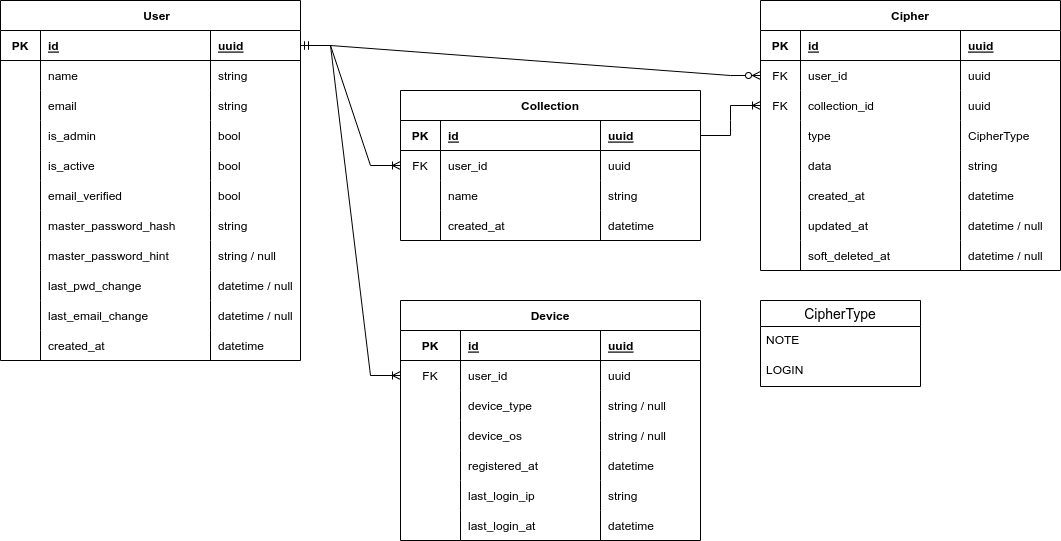
Earlier version of the draw.io export rdm.drawio.png (Vaultexe/diagrams). Source tidied: cells renumbered, new cells last; positions are measured from the earlier drawing's top-left corner, leaving out a move shared by most shapes.
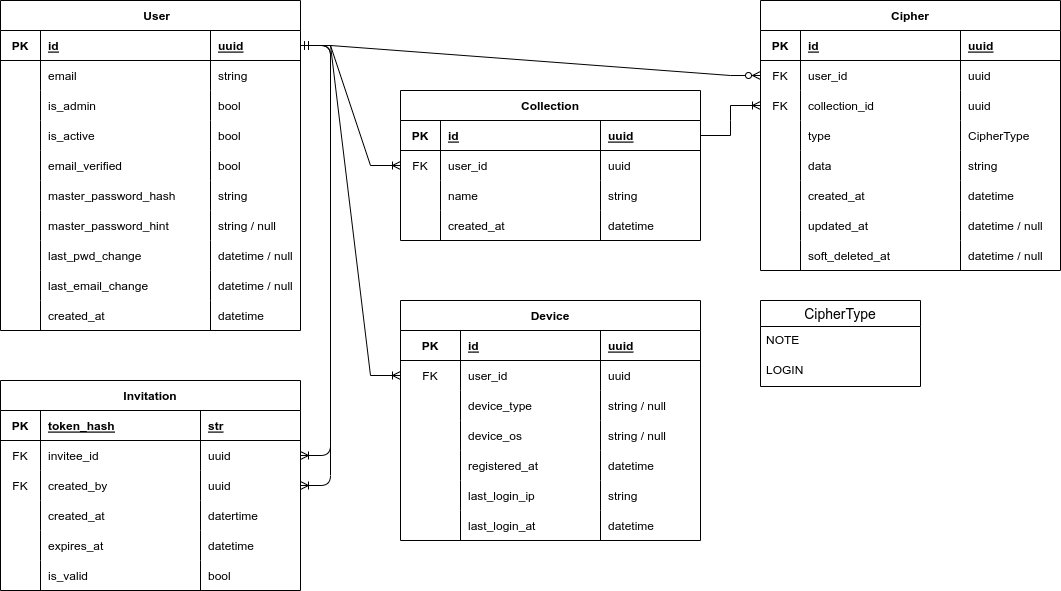
The same file after the commit.

Commit message:
Add invitation table to rdm

Diff of the diagram source:
```diff
@@ -3,7 +3,7 @@
     <mxCell id="0" />
     <mxCell id="1" parent="0" />
     <mxCell id="2" value="    User" style="shape=table;startSize=30;rowLines=0;fontStyle=1;align=center;verticalAlign=middle;horizontal=1;noLabel=0;backgroundOutline=0;rounded=0;" parent="1" vertex="1">
-      <mxGeometry width="300" height="360" as="geometry" />
+      <mxGeometry width="300" height="330" as="geometry" />
     </mxCell>
     <mxCell id="3" style="shape=tableRow;horizontal=1;startSize=0;swimlaneHead=0;swimlaneBody=0;fillColor=none;points=[[0,0.5],[1,0.5]];portConstraint=eastwest;top=0;left=0;right=0;bottom=1;noLabel=0;backgroundOutline=0;rounded=0;" parent="2" vertex="1">
       <mxGeometry y="30" width="300" height="30" as="geometry" />
@@ -17,20 +17,8 @@
     <mxCell id="6" value="uuid" style="shape=partialRectangle;fillColor=none;top=0;left=0;bottom=0;right=0;align=left;spacingLeft=6;fontStyle=5;overflow=hidden;horizontal=1;noLabel=0;backgroundOutline=0;rounded=0;" parent="3" vertex="1">
       <mxGeometry x="210" width="90" height="30" as="geometry" />
     </mxCell>
-    <mxCell id="7" style="shape=tableRow;horizontal=1;startSize=0;swimlaneHead=0;swimlaneBody=0;fillColor=none;top=0;left=0;right=0;bottom=0;noLabel=0;backgroundOutline=0;rounded=0;" parent="2" vertex="1">
-      <mxGeometry y="60" width="300" height="30" as="geometry" />
-    </mxCell>
-    <mxCell id="8" style="shape=partialRectangle;fillColor=none;top=0;left=0;bottom=0;right=0;overflow=hidden;horizontal=1;noLabel=0;backgroundOutline=0;rounded=0;" parent="7" vertex="1">
-      <mxGeometry width="40" height="30" as="geometry" />
-    </mxCell>
-    <mxCell id="9" value="name" style="shape=partialRectangle;fillColor=none;top=0;left=0;bottom=0;right=0;align=left;spacingLeft=6;overflow=hidden;horizontal=1;noLabel=0;backgroundOutline=0;rounded=0;" parent="7" vertex="1">
-      <mxGeometry x="40" width="170" height="30" as="geometry" />
-    </mxCell>
-    <mxCell id="10" value="string" style="shape=partialRectangle;fillColor=none;top=0;left=0;bottom=0;right=0;align=left;spacingLeft=6;overflow=hidden;horizontal=1;noLabel=0;backgroundOutline=0;rounded=0;" parent="7" vertex="1">
-      <mxGeometry x="210" width="90" height="30" as="geometry" />
-    </mxCell>
     <mxCell id="11" style="shape=tableRow;horizontal=1;startSize=0;swimlaneHead=0;swimlaneBody=0;fillColor=none;top=0;left=0;right=0;bottom=0;noLabel=0;backgroundOutline=0;rounded=0;" parent="2" vertex="1">
-      <mxGeometry y="90" width="300" height="30" as="geometry" />
+      <mxGeometry y="60" width="300" height="30" as="geometry" />
     </mxCell>
     <mxCell id="12" style="shape=partialRectangle;fillColor=none;top=0;left=0;bottom=0;right=0;overflow=hidden;horizontal=1;noLabel=0;backgroundOutline=0;rounded=0;" parent="11" vertex="1">
       <mxGeometry width="40" height="30" as="geometry" />
@@ -42,7 +30,7 @@
       <mxGeometry x="210" width="90" height="30" as="geometry" />
     </mxCell>
     <mxCell id="15" style="shape=tableRow;horizontal=1;startSize=0;swimlaneHead=0;swimlaneBody=0;fillColor=none;top=0;left=0;right=0;bottom=0;noLabel=0;backgroundOutline=0;rounded=0;" parent="2" vertex="1">
-      <mxGeometry y="120" width="300" height="30" as="geometry" />
+      <mxGeometry y="90" width="300" height="30" as="geometry" />
     </mxCell>
     <mxCell id="16" style="shape=partialRectangle;fillColor=none;top=0;left=0;bottom=0;right=0;overflow=hidden;horizontal=1;noLabel=0;backgroundOutline=0;rounded=0;" parent="15" vertex="1">
       <mxGeometry width="40" height="30" as="geometry" />
@@ -54,7 +42,7 @@
       <mxGeometry x="210" width="90" height="30" as="geometry" />
     </mxCell>
     <mxCell id="19" style="shape=tableRow;horizontal=1;startSize=0;swimlaneHead=0;swimlaneBody=0;fillColor=none;top=0;left=0;right=0;bottom=0;noLabel=0;backgroundOutline=0;rounded=0;" parent="2" vertex="1">
-      <mxGeometry y="150" width="300" height="30" as="geometry" />
+      <mxGeometry y="120" width="300" height="30" as="geometry" />
     </mxCell>
     <mxCell id="20" style="shape=partialRectangle;fillColor=none;top=0;left=0;bottom=0;right=0;overflow=hidden;horizontal=1;noLabel=0;backgroundOutline=0;rounded=0;" parent="19" vertex="1">
       <mxGeometry width="40" height="30" as="geometry" />
@@ -66,7 +54,7 @@
       <mxGeometry x="210" width="90" height="30" as="geometry" />
     </mxCell>
     <mxCell id="23" style="shape=tableRow;horizontal=1;startSize=0;swimlaneHead=0;swimlaneBody=0;fillColor=none;top=0;left=0;right=0;bottom=0;noLabel=0;backgroundOutline=0;rounded=0;" parent="2" vertex="1">
-      <mxGeometry y="180" width="300" height="30" as="geometry" />
+      <mxGeometry y="150" width="300" height="30" as="geometry" />
     </mxCell>
     <mxCell id="24" style="shape=partialRectangle;fillColor=none;top=0;left=0;bottom=0;right=0;overflow=hidden;horizontal=1;noLabel=0;backgroundOutline=0;rounded=0;" parent="23" vertex="1">
       <mxGeometry width="40" height="30" as="geometry" />
@@ -78,7 +66,7 @@
       <mxGeometry x="210" width="90" height="30" as="geometry" />
     </mxCell>
     <mxCell id="27" style="shape=tableRow;horizontal=1;startSize=0;swimlaneHead=0;swimlaneBody=0;fillColor=none;top=0;left=0;right=0;bottom=0;noLabel=0;backgroundOutline=0;rounded=0;" parent="2" vertex="1">
-      <mxGeometry y="210" width="300" height="30" as="geometry" />
+      <mxGeometry y="180" width="300" height="30" as="geometry" />
     </mxCell>
     <mxCell id="28" style="shape=partialRectangle;fillColor=none;top=0;left=0;bottom=0;right=0;overflow=hidden;horizontal=1;noLabel=0;backgroundOutline=0;rounded=0;" parent="27" vertex="1">
       <mxGeometry width="40" height="30" as="geometry" />
@@ -90,7 +78,7 @@
       <mxGeometry x="210" width="90" height="30" as="geometry" />
     </mxCell>
     <mxCell id="31" style="shape=tableRow;horizontal=1;startSize=0;swimlaneHead=0;swimlaneBody=0;fillColor=none;top=0;left=0;right=0;bottom=0;noLabel=0;backgroundOutline=0;rounded=0;" parent="2" vertex="1">
-      <mxGeometry y="240" width="300" height="30" as="geometry" />
+      <mxGeometry y="210" width="300" height="30" as="geometry" />
     </mxCell>
     <mxCell id="32" style="shape=partialRectangle;fillColor=none;top=0;left=0;bottom=0;right=0;overflow=hidden;horizontal=1;noLabel=0;backgroundOutline=0;rounded=0;" parent="31" vertex="1">
       <mxGeometry width="40" height="30" as="geometry" />
@@ -102,7 +90,7 @@
       <mxGeometry x="210" width="90" height="30" as="geometry" />
     </mxCell>
     <mxCell id="35" style="shape=tableRow;horizontal=1;startSize=0;swimlaneHead=0;swimlaneBody=0;fillColor=none;top=0;left=0;right=0;bottom=0;noLabel=0;backgroundOutline=0;rounded=0;" parent="2" vertex="1">
-      <mxGeometry y="270" width="300" height="30" as="geometry" />
+      <mxGeometry y="240" width="300" height="30" as="geometry" />
     </mxCell>
     <mxCell id="36" style="shape=partialRectangle;fillColor=none;top=0;left=0;bottom=0;right=0;overflow=hidden;horizontal=1;noLabel=0;backgroundOutline=0;rounded=0;" parent="35" vertex="1">
       <mxGeometry width="40" height="30" as="geometry" />
@@ -114,7 +102,7 @@
       <mxGeometry x="210" width="90" height="30" as="geometry" />
     </mxCell>
     <mxCell id="39" style="shape=tableRow;horizontal=1;startSize=0;swimlaneHead=0;swimlaneBody=0;fillColor=none;top=0;left=0;right=0;bottom=0;noLabel=0;backgroundOutline=0;rounded=0;" parent="2" vertex="1">
-      <mxGeometry y="300" width="300" height="30" as="geometry" />
+      <mxGeometry y="270" width="300" height="30" as="geometry" />
     </mxCell>
     <mxCell id="40" style="shape=partialRectangle;fillColor=none;top=0;left=0;bottom=0;right=0;overflow=hidden;horizontal=1;noLabel=0;backgroundOutline=0;rounded=0;" parent="39" vertex="1">
       <mxGeometry width="40" height="30" as="geometry" />
@@ -126,7 +114,7 @@
       <mxGeometry x="210" width="90" height="30" as="geometry" />
     </mxCell>
     <mxCell id="43" style="shape=tableRow;horizontal=1;startSize=0;swimlaneHead=0;swimlaneBody=0;fillColor=none;top=0;left=0;right=0;bottom=0;noLabel=0;backgroundOutline=0;rounded=0;" parent="2" vertex="1">
-      <mxGeometry y="330" width="300" height="30" as="geometry" />
+      <mxGeometry y="300" width="300" height="30" as="geometry" />
     </mxCell>
     <mxCell id="44" style="shape=partialRectangle;fillColor=none;top=0;left=0;bottom=0;right=0;overflow=hidden;horizontal=1;noLabel=0;backgroundOutline=0;rounded=0;" parent="43" vertex="1">
       <mxGeometry width="40" height="30" as="geometry" />
@@ -395,5 +383,86 @@
     <mxCell id="132" value="LOGIN" style="text;strokeColor=none;fillColor=none;spacingLeft=4;spacingRight=4;overflow=hidden;fontSize=12;" parent="130" vertex="1">
       <mxGeometry y="56" width="160" height="30" as="geometry" />
     </mxCell>
+    <mxCell id="133" value="Invitation" style="shape=table;startSize=30;rowLines=0;fontStyle=1;align=center;rounded=0;" parent="1" vertex="1">
+      <mxGeometry y="380" width="300" height="210" as="geometry" />
+    </mxCell>
+    <mxCell id="134" style="shape=tableRow;horizontal=0;startSize=0;swimlaneHead=0;swimlaneBody=0;fillColor=none;top=0;left=0;right=0;bottom=1;rounded=0;" parent="133" vertex="1">
+      <mxGeometry y="30" width="300" height="30" as="geometry" />
+    </mxCell>
+    <mxCell id="135" value="PK" style="shape=partialRectangle;fillColor=none;top=0;left=0;bottom=0;right=0;fontStyle=1;overflow=hidden;rounded=0;" parent="134" vertex="1">
+      <mxGeometry width="40" height="30" as="geometry" />
+    </mxCell>
+    <mxCell id="136" value="token_hash" style="shape=partialRectangle;fillColor=none;top=0;left=0;bottom=0;right=0;align=left;spacingLeft=6;fontStyle=5;overflow=hidden;rounded=0;" parent="134" vertex="1">
+      <mxGeometry x="40" width="160" height="30" as="geometry" />
+    </mxCell>
+    <mxCell id="137" value="str" style="shape=partialRectangle;fillColor=none;top=0;left=0;bottom=0;right=0;align=left;spacingLeft=6;fontStyle=5;overflow=hidden;rounded=0;" parent="134" vertex="1">
+      <mxGeometry x="200" width="100" height="30" as="geometry" />
+    </mxCell>
+    <mxCell id="138" style="shape=tableRow;horizontal=0;startSize=0;swimlaneHead=0;swimlaneBody=0;fillColor=none;points=[[0,0.5],[1,0.5]];portConstraint=eastwest;top=0;left=0;right=0;bottom=0;rounded=0;" parent="133" vertex="1">
+      <mxGeometry y="60" width="300" height="30" as="geometry" />
+    </mxCell>
+    <mxCell id="139" value="FK" style="shape=partialRectangle;fillColor=none;top=0;left=0;bottom=0;right=0;fontStyle=0;overflow=hidden;rounded=0;" parent="138" vertex="1">
+      <mxGeometry width="40" height="30" as="geometry" />
+    </mxCell>
+    <mxCell id="140" value="invitee_id" style="shape=partialRectangle;fillColor=none;top=0;left=0;bottom=0;right=0;align=left;spacingLeft=6;fontStyle=0;overflow=hidden;rounded=0;" parent="138" vertex="1">
+      <mxGeometry x="40" width="160" height="30" as="geometry" />
+    </mxCell>
+    <mxCell id="141" value="uuid" style="shape=partialRectangle;fillColor=none;top=0;left=0;bottom=0;right=0;align=left;spacingLeft=6;fontStyle=0;overflow=hidden;rounded=0;" parent="138" vertex="1">
+      <mxGeometry x="200" width="100" height="30" as="geometry" />
+    </mxCell>
+    <mxCell id="142" style="shape=tableRow;horizontal=0;startSize=0;swimlaneHead=0;swimlaneBody=0;fillColor=none;points=[[0,0.5],[1,0.5]];portConstraint=eastwest;top=0;left=0;right=0;bottom=0;" parent="133" vertex="1">
+      <mxGeometry y="90" width="300" height="30" as="geometry" />
+    </mxCell>
+    <mxCell id="143" value="FK" style="shape=partialRectangle;fillColor=none;top=0;left=0;bottom=0;right=0;fontStyle=0;overflow=hidden;" parent="142" vertex="1">
+      <mxGeometry width="40" height="30" as="geometry" />
+    </mxCell>
+    <mxCell id="144" value="created_by" style="shape=partialRectangle;fillColor=none;top=0;left=0;bottom=0;right=0;align=left;spacingLeft=6;fontStyle=0;overflow=hidden;" parent="142" vertex="1">
+      <mxGeometry x="40" width="160" height="30" as="geometry" />
+    </mxCell>
+    <mxCell id="145" value="uuid" style="shape=partialRectangle;fillColor=none;top=0;left=0;bottom=0;right=0;align=left;spacingLeft=6;fontStyle=0;overflow=hidden;" parent="142" vertex="1">
+      <mxGeometry x="200" width="100" height="30" as="geometry" />
+    </mxCell>
+    <mxCell id="146" style="shape=tableRow;horizontal=0;startSize=0;swimlaneHead=0;swimlaneBody=0;fillColor=none;top=0;left=0;right=0;bottom=0;rounded=0;" parent="133" vertex="1">
+      <mxGeometry y="120" width="300" height="30" as="geometry" />
+    </mxCell>
+    <mxCell id="147" style="shape=partialRectangle;fillColor=none;top=0;left=0;bottom=0;right=0;overflow=hidden;rounded=0;" parent="146" vertex="1">
+      <mxGeometry width="40" height="30" as="geometry" />
+    </mxCell>
+    <mxCell id="148" value="created_at" style="shape=partialRectangle;fillColor=none;top=0;left=0;bottom=0;right=0;align=left;spacingLeft=6;overflow=hidden;rounded=0;" parent="146" vertex="1">
+      <mxGeometry x="40" width="160" height="30" as="geometry" />
+    </mxCell>
+    <mxCell id="149" value="datertime" style="shape=partialRectangle;fillColor=none;top=0;left=0;bottom=0;right=0;align=left;spacingLeft=6;overflow=hidden;rounded=0;" parent="146" vertex="1">
+      <mxGeometry x="200" width="100" height="30" as="geometry" />
+    </mxCell>
+    <mxCell id="150" style="shape=tableRow;horizontal=0;startSize=0;swimlaneHead=0;swimlaneBody=0;fillColor=none;top=0;left=0;right=0;bottom=0;rounded=0;" parent="133" vertex="1">
+      <mxGeometry y="150" width="300" height="30" as="geometry" />
+    </mxCell>
+    <mxCell id="151" style="shape=partialRectangle;fillColor=none;top=0;left=0;bottom=0;right=0;overflow=hidden;rounded=0;" parent="150" vertex="1">
+      <mxGeometry width="40" height="30" as="geometry" />
+    </mxCell>
+    <mxCell id="152" value="expires_at" style="shape=partialRectangle;fillColor=none;top=0;left=0;bottom=0;right=0;align=left;spacingLeft=6;overflow=hidden;rounded=0;" parent="150" vertex="1">
+      <mxGeometry x="40" width="160" height="30" as="geometry" />
+    </mxCell>
+    <mxCell id="153" value="datetime" style="shape=partialRectangle;fillColor=none;top=0;left=0;bottom=0;right=0;align=left;spacingLeft=6;overflow=hidden;rounded=0;" parent="150" vertex="1">
+      <mxGeometry x="200" width="100" height="30" as="geometry" />
+    </mxCell>
+    <mxCell id="154" style="shape=tableRow;horizontal=0;startSize=0;swimlaneHead=0;swimlaneBody=0;fillColor=none;top=0;left=0;right=0;bottom=0;rounded=0;" parent="133" vertex="1">
+      <mxGeometry y="180" width="300" height="30" as="geometry" />
+    </mxCell>
+    <mxCell id="155" style="shape=partialRectangle;fillColor=none;top=0;left=0;bottom=0;right=0;overflow=hidden;rounded=0;" parent="154" vertex="1">
+      <mxGeometry width="40" height="30" as="geometry" />
+    </mxCell>
+    <mxCell id="156" value="is_valid" style="shape=partialRectangle;fillColor=none;top=0;left=0;bottom=0;right=0;align=left;spacingLeft=6;overflow=hidden;rounded=0;" parent="154" vertex="1">
+      <mxGeometry x="40" width="160" height="30" as="geometry" />
+    </mxCell>
+    <mxCell id="157" value="bool" style="shape=partialRectangle;fillColor=none;top=0;left=0;bottom=0;right=0;align=left;spacingLeft=6;overflow=hidden;rounded=0;" parent="154" vertex="1">
+      <mxGeometry x="200" width="100" height="30" as="geometry" />
+    </mxCell>
+    <mxCell id="158" style="edgeStyle=entityRelationEdgeStyle;fontSize=12;html=1;endArrow=ERoneToMany;startArrow=ERmandOne;exitX=1;exitY=0.5;exitDx=0;exitDy=0;entryX=1;entryY=0.5;entryDx=0;entryDy=0;" parent="1" edge="1" source="3" target="138">
+      <mxGeometry relative="1" as="geometry" />
+    </mxCell>
+    <mxCell id="159" style="edgeStyle=entityRelationEdgeStyle;fontSize=12;html=1;endArrow=ERoneToMany;startArrow=ERmandOne;exitX=1;exitY=0.5;exitDx=0;exitDy=0;entryX=1;entryY=0.5;entryDx=0;entryDy=0;" parent="1" edge="1" source="3" target="142">
+      <mxGeometry relative="1" as="geometry" />
+    </mxCell>
   </root>
 </mxGraphModel>
```
